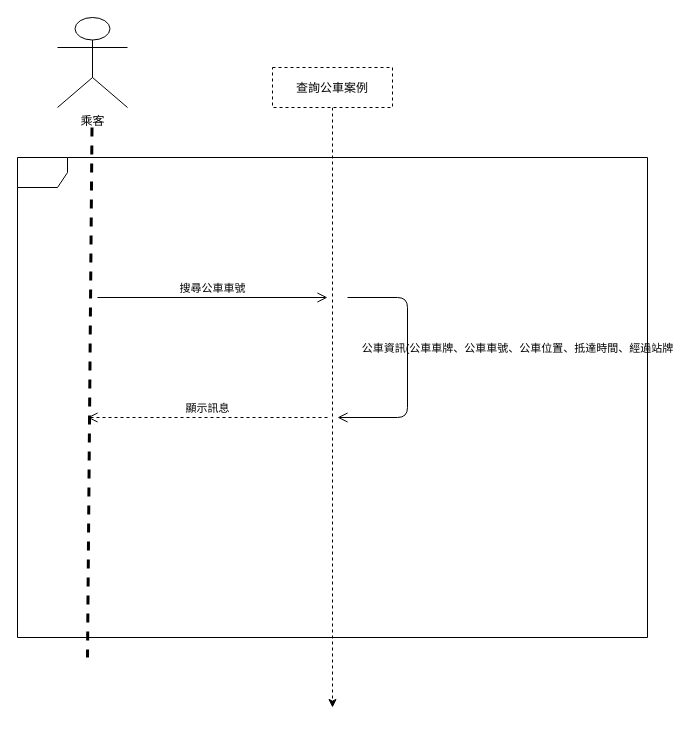
The draw.io diagram page "查詢公車案例" (4 of 5) of answer.drawio in Tim11211017/final-assignment, before the edit. Source tidied: cells renumbered, new cells numbered last; positions are measured from the earlier drawing's top-left corner, leaving out a move shared by most shapes. Both pictures are drawn from the tidied source at 100%, with x=0, y=0 at pixel (17, 17).
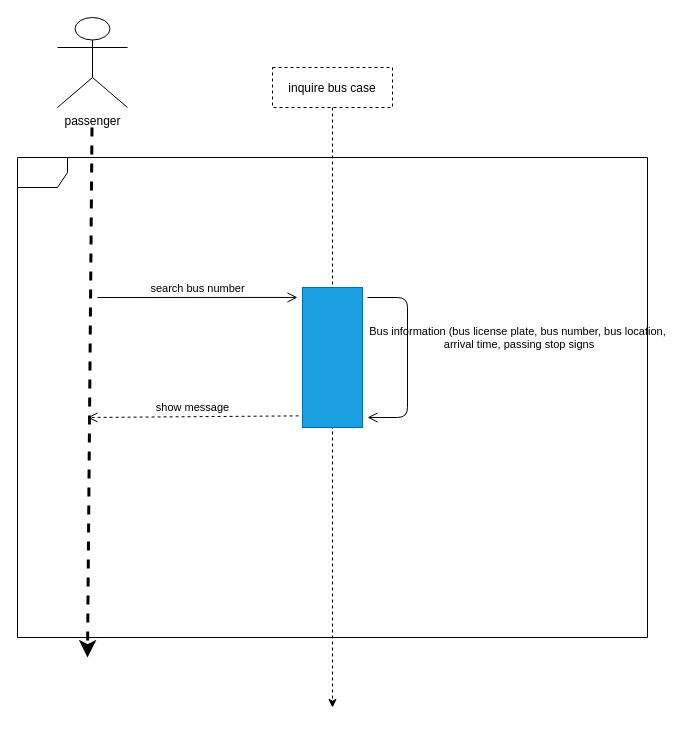
The same page after the edit.

Diff of the diagram source:
```diff
@@
 <mxGraphModel>
   <root>
     <mxCell id="0" />
     <mxCell id="1" parent="0" />
     <mxCell id="2" style="shape=umlFrame;whiteSpace=wrap;html=1;width=50;height=30;boundedLbl=1;verticalAlign=middle;align=left;spacingLeft=5;" parent="1" vertex="1">
       <mxGeometry y="140" width="630" height="480" as="geometry" />
     </mxCell>
-    <mxCell id="3" value="乘客" style="shape=umlActor;verticalLabelPosition=bottom;verticalAlign=top;html=1;" parent="1" vertex="1">
+    <mxCell id="3" value="passenger" style="shape=umlActor;verticalLabelPosition=bottom;verticalAlign=top;html=1;" parent="1" vertex="1">
       <mxGeometry x="40" width="70" height="90" as="geometry" />
     </mxCell>
-    <mxCell id="4" style="endArrow=none;startArrow=none;endFill=0;startFill=0;endSize=8;html=1;verticalAlign=bottom;labelBackgroundColor=none;strokeWidth=3;dashed=1;" parent="1" edge="1">
+    <mxCell id="4" style="endArrow=classic;startArrow=none;endFill=1;startFill=0;endSize=8;html=1;verticalAlign=bottom;labelBackgroundColor=none;strokeWidth=3;dashed=1;" parent="1" edge="1">
       <mxGeometry relative="1" as="geometry">
         <mxPoint x="74.5" y="110" as="sourcePoint" />
         <mxPoint x="70" y="640" as="targetPoint" />
       </mxGeometry>
     </mxCell>
     <mxCell id="5" style="edgeStyle=none;html=1;dashed=1;" parent="1" edge="1" source="6">
       <mxGeometry relative="1" as="geometry">
         <mxPoint x="315" y="690" as="targetPoint" />
       </mxGeometry>
     </mxCell>
-    <mxCell id="6" value="查詢公車案例" style="fontStyle=0;dashed=1;" parent="1" vertex="1">
+    <mxCell id="6" value="inquire bus case" style="fontStyle=0;dashed=1;" parent="1" vertex="1">
       <mxGeometry x="255" y="50" width="120" height="40" as="geometry" />
     </mxCell>
-    <mxCell id="7" value="搜尋公車車號" style="endArrow=open;startArrow=none;endFill=0;startFill=0;endSize=8;html=1;verticalAlign=bottom;labelBackgroundColor=none;strokeWidth=1;" parent="1" edge="1">
+    <mxCell id="7" value="search bus number" style="endArrow=open;startArrow=none;endFill=0;startFill=0;endSize=8;html=1;verticalAlign=bottom;labelBackgroundColor=none;strokeWidth=1;entryX=0.071;entryY=1.083;entryDx=0;entryDy=0;entryPerimeter=0;" parent="1" edge="1" target="10">
       <mxGeometry relative="1" as="geometry">
         <mxPoint x="80" y="280" as="sourcePoint" />
-        <mxPoint x="310" y="280" as="targetPoint" />
       </mxGeometry>
     </mxCell>
-    <mxCell id="8" value="顯示訊息" style="endArrow=open;startArrow=none;endFill=0;startFill=0;endSize=8;html=1;verticalAlign=bottom;labelBackgroundColor=none;strokeWidth=1;dashed=1;" parent="1" edge="1">
+    <mxCell id="8" value="show message" style="endArrow=open;startArrow=none;endFill=0;startFill=0;endSize=8;html=1;verticalAlign=bottom;labelBackgroundColor=none;strokeWidth=1;dashed=1;exitX=0.917;exitY=1.065;exitDx=0;exitDy=0;exitPerimeter=0;" parent="1" edge="1" source="10">
       <mxGeometry relative="1" as="geometry">
-        <mxPoint x="310" y="400" as="sourcePoint" />
         <mxPoint x="70" y="400" as="targetPoint" />
       </mxGeometry>
     </mxCell>
-    <mxCell id="9" value="公車資訊(公車車牌、公車車號、公車位置、抵達時間、經過站牌" style="endArrow=open;startArrow=none;endFill=0;startFill=0;endSize=8;html=1;verticalAlign=bottom;labelBackgroundColor=none;strokeWidth=1;" parent="1" edge="1">
+    <mxCell id="9" value="Bus information (bus license plate, bus number, bus location,&lt;br&gt;&amp;nbsp;arrival time, passing stop signs" style="endArrow=open;startArrow=none;endFill=0;startFill=0;endSize=8;html=1;verticalAlign=bottom;labelBackgroundColor=none;strokeWidth=1;" parent="1" edge="1">
       <mxGeometry x="-0.04" y="110" relative="1" as="geometry">
-        <mxPoint x="330" y="280" as="sourcePoint" />
-        <mxPoint x="320" y="400" as="targetPoint" />
+        <mxPoint x="350" y="280" as="sourcePoint" />
+        <mxPoint x="350" y="400" as="targetPoint" />
         <Array as="points">
           <mxPoint x="390" y="280" />
           <mxPoint x="390" y="400" />
         </Array>
       </mxGeometry>
     </mxCell>
+    <mxCell id="10" style="rounded=0;whiteSpace=wrap;html=1;fillColor=#1ba1e2;fontColor=#ffffff;strokeColor=#006EAF;direction=south;" parent="1" vertex="1">
+      <mxGeometry x="285" y="270" width="60" height="140" as="geometry" />
+    </mxCell>
   </root>
 </mxGraphModel>
```
